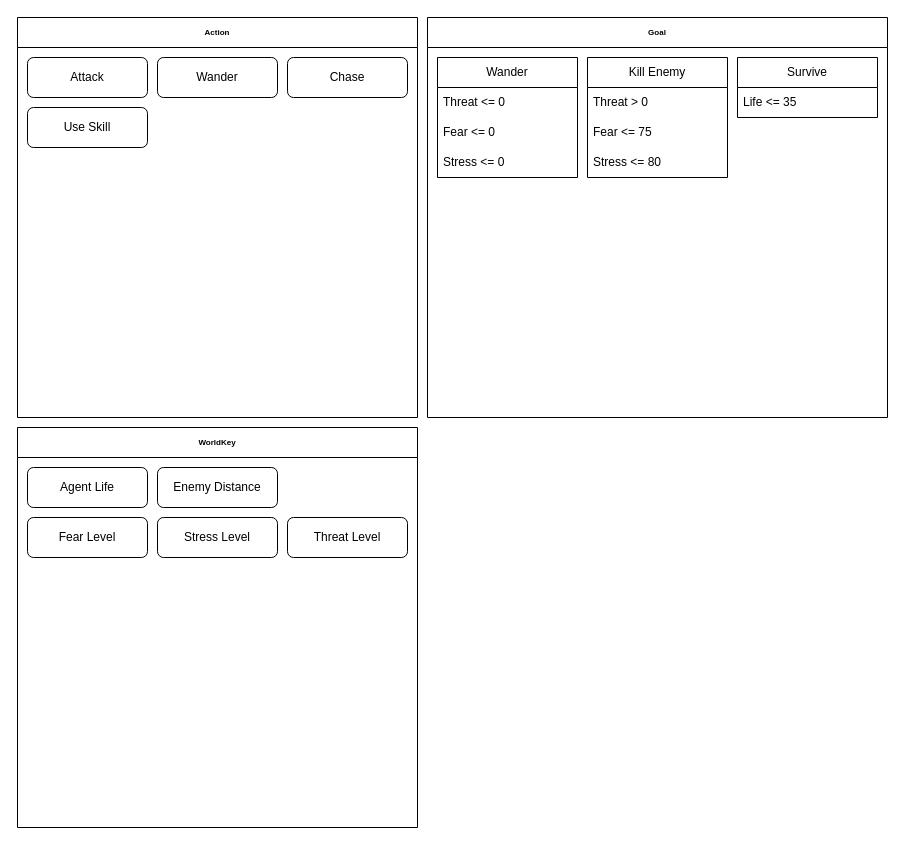
The draw.io diagram GOAP.drawio in sb4b1/SBGames-FirstDance, before the edit. Source tidied: cells renumbered, new cells numbered last; positions are measured from the earlier drawing's top-left corner, leaving out a move shared by most shapes. Both pictures are drawn from the tidied source at 100%, with x=0, y=0 at pixel (17, 17).
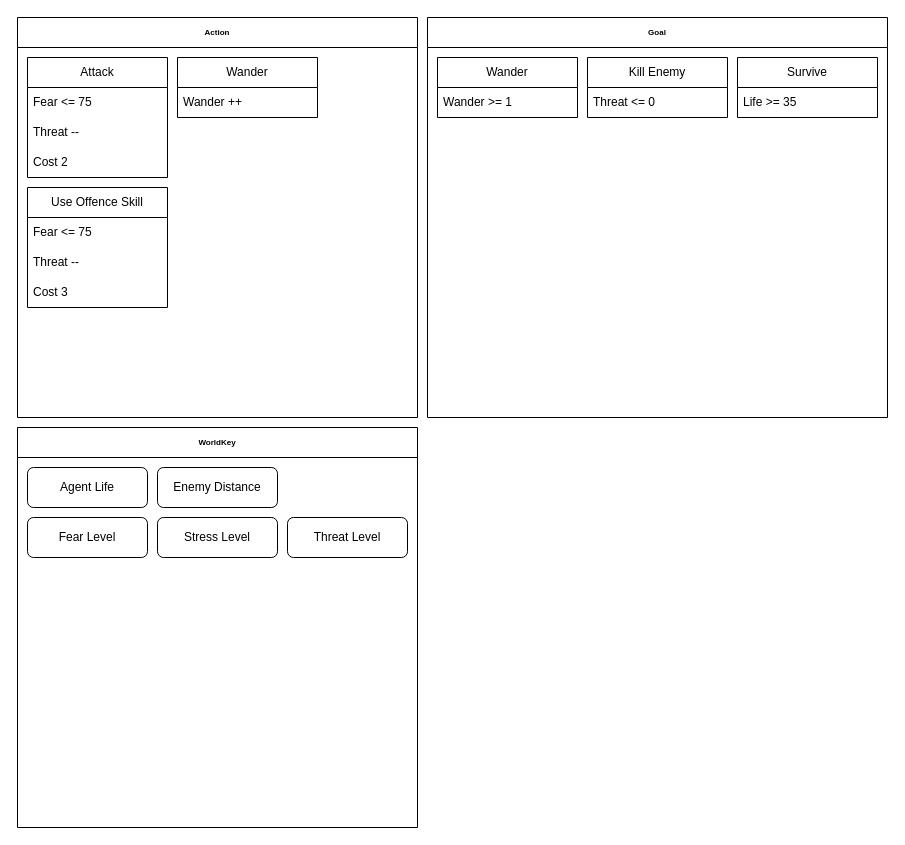
The same diagram, later.

The change refers to these unchanged cells:
```xml
<mxCell id="2" value="Action" style="swimlane;whiteSpace=wrap;html=1;fontSize=8;startSize=30;" parent="1" vertex="1">
  <mxGeometry width="400" height="400" as="geometry" />
</mxCell>
<mxCell id="7" value="Goal" style="swimlane;whiteSpace=wrap;html=1;fontSize=8;startSize=30;" parent="1" vertex="1">
  <mxGeometry x="410" width="460" height="400" as="geometry" />
</mxCell>
<mxCell id="16" value="Survive" style="swimlane;fontStyle=0;horizontal=1;startSize=30;whiteSpace=wrap;html=1;" parent="7" vertex="1">
  <mxGeometry x="310" y="40" width="140" height="60" as="geometry" />
</mxCell>
```

Diff of the diagram source:
```diff
@@
-    <mxCell id="3" value="Attack" style="rounded=1;whiteSpace=wrap;html=1;" parent="2" vertex="1">
-      <mxGeometry x="10" y="40" width="120" height="40" as="geometry" />
+    <mxCell id="3" value="Attack" style="swimlane;fontStyle=0;horizontal=1;startSize=30;whiteSpace=wrap;html=1;" parent="2" vertex="1">
+      <mxGeometry x="10" y="40" width="140" height="120" as="geometry" />
     </mxCell>
-    <mxCell id="4" value="Wander" style="rounded=1;whiteSpace=wrap;html=1;" parent="2" vertex="1">
-      <mxGeometry x="140" y="40" width="120" height="40" as="geometry" />
-    </mxCell>
-    <mxCell id="5" value="Chase" style="rounded=1;whiteSpace=wrap;html=1;" parent="2" vertex="1">
-      <mxGeometry x="270" y="40" width="120" height="40" as="geometry" />
-    </mxCell>
-    <mxCell id="6" value="Use Skill" style="rounded=1;whiteSpace=wrap;html=1;" parent="2" vertex="1">
-      <mxGeometry x="10" y="90" width="120" height="40" as="geometry" />
-    </mxCell>
+    <mxCell id="24" value="Fear &amp;lt;= 75" style="text;strokeColor=none;fillColor=none;align=left;verticalAlign=middle;spacingLeft=4;spacingRight=4;overflow=hidden;whiteSpace=wrap;html=1;" parent="3" vertex="1">
+      <mxGeometry y="30" width="140" height="30" as="geometry" />
+    </mxCell>
+    <mxCell id="25" value="Threat --" style="text;strokeColor=none;fillColor=none;align=left;verticalAlign=middle;spacingLeft=4;spacingRight=4;overflow=hidden;whiteSpace=wrap;html=1;" parent="3" vertex="1">
+      <mxGeometry y="60" width="140" height="30" as="geometry" />
+    </mxCell>
+    <mxCell id="26" value="Cost 2" style="text;strokeColor=none;fillColor=none;align=left;verticalAlign=middle;spacingLeft=4;spacingRight=4;overflow=hidden;whiteSpace=wrap;html=1;" parent="3" vertex="1">
+      <mxGeometry y="90" width="140" height="30" as="geometry" />
+    </mxCell>
+    <mxCell id="27" value="Use Offence Skill" style="swimlane;fontStyle=0;horizontal=1;startSize=30;whiteSpace=wrap;html=1;" parent="2" vertex="1">
+      <mxGeometry x="10" y="170" width="140" height="120" as="geometry" />
+    </mxCell>
+    <mxCell id="28" value="Fear &amp;lt;= 75" style="text;strokeColor=none;fillColor=none;align=left;verticalAlign=middle;spacingLeft=4;spacingRight=4;overflow=hidden;whiteSpace=wrap;html=1;" parent="27" vertex="1">
+      <mxGeometry y="30" width="140" height="30" as="geometry" />
+    </mxCell>
+    <mxCell id="29" value="Threat --" style="text;strokeColor=none;fillColor=none;align=left;verticalAlign=middle;spacingLeft=4;spacingRight=4;overflow=hidden;whiteSpace=wrap;html=1;" parent="27" vertex="1">
+      <mxGeometry y="60" width="140" height="30" as="geometry" />
+    </mxCell>
+    <mxCell id="30" value="Cost 3" style="text;strokeColor=none;fillColor=none;align=left;verticalAlign=middle;spacingLeft=4;spacingRight=4;overflow=hidden;whiteSpace=wrap;html=1;" parent="27" vertex="1">
+      <mxGeometry y="90" width="140" height="30" as="geometry" />
+    </mxCell>
@@
     <mxCell id="8" value="Wander" style="swimlane;fontStyle=0;horizontal=1;startSize=30;whiteSpace=wrap;html=1;" parent="7" vertex="1">
-      <mxGeometry x="10" y="40" width="140" height="120" as="geometry" />
+      <mxGeometry x="10" y="40" width="140" height="60" as="geometry" />
     </mxCell>
-    <mxCell id="9" value="Threat &amp;lt;= 0" style="text;strokeColor=none;fillColor=none;align=left;verticalAlign=middle;spacingLeft=4;spacingRight=4;overflow=hidden;whiteSpace=wrap;html=1;" parent="8" vertex="1">
-      <mxGeometry y="30" width="140" height="30" as="geometry" />
-    </mxCell>
-    <mxCell id="10" value="Fear &amp;lt;= 0" style="text;strokeColor=none;fillColor=none;align=left;verticalAlign=middle;spacingLeft=4;spacingRight=4;overflow=hidden;whiteSpace=wrap;html=1;" parent="8" vertex="1">
-      <mxGeometry y="60" width="140" height="30" as="geometry" />
-    </mxCell>
-    <mxCell id="11" value="Stress &amp;lt;= 0" style="text;strokeColor=none;fillColor=none;align=left;verticalAlign=middle;spacingLeft=4;spacingRight=4;overflow=hidden;whiteSpace=wrap;html=1;" parent="8" vertex="1">
-      <mxGeometry y="90" width="140" height="30" as="geometry" />
+    <mxCell id="11" value="Wander &amp;gt;= 1" style="text;strokeColor=none;fillColor=none;align=left;verticalAlign=middle;spacingLeft=4;spacingRight=4;overflow=hidden;whiteSpace=wrap;html=1;" parent="8" vertex="1">
+      <mxGeometry y="30" width="140" height="30" as="geometry" />
     </mxCell>
     <mxCell id="12" value="Kill Enemy" style="swimlane;fontStyle=0;horizontal=1;startSize=30;whiteSpace=wrap;html=1;" parent="7" vertex="1">
-      <mxGeometry x="160" y="40" width="140" height="120" as="geometry" />
+      <mxGeometry x="160" y="40" width="140" height="60" as="geometry" />
     </mxCell>
-    <mxCell id="13" value="Threat &amp;gt; 0" style="text;strokeColor=none;fillColor=none;align=left;verticalAlign=middle;spacingLeft=4;spacingRight=4;overflow=hidden;whiteSpace=wrap;html=1;" parent="12" vertex="1">
+    <mxCell id="13" value="Threat &amp;lt;= 0" style="text;strokeColor=none;fillColor=none;align=left;verticalAlign=middle;spacingLeft=4;spacingRight=4;overflow=hidden;whiteSpace=wrap;html=1;" parent="12" vertex="1">
       <mxGeometry y="30" width="140" height="30" as="geometry" />
     </mxCell>
-    <mxCell id="14" value="Fear &amp;lt;= 75" style="text;strokeColor=none;fillColor=none;align=left;verticalAlign=middle;spacingLeft=4;spacingRight=4;overflow=hidden;whiteSpace=wrap;html=1;" parent="12" vertex="1">
-      <mxGeometry y="60" width="140" height="30" as="geometry" />
-    </mxCell>
-    <mxCell id="15" value="Stress &amp;lt;= 80" style="text;strokeColor=none;fillColor=none;align=left;verticalAlign=middle;spacingLeft=4;spacingRight=4;overflow=hidden;whiteSpace=wrap;html=1;" parent="12" vertex="1">
-      <mxGeometry y="90" width="140" height="30" as="geometry" />
-    </mxCell>
@@
-    <mxCell id="17" value="Life &amp;lt;= 35" style="text;strokeColor=none;fillColor=none;align=left;verticalAlign=middle;spacingLeft=4;spacingRight=4;overflow=hidden;whiteSpace=wrap;html=1;" parent="16" vertex="1">
+    <mxCell id="17" value="Life &amp;gt;&lt;span style=&quot;background-color: transparent; color: light-dark(rgb(0, 0, 0), rgb(255, 255, 255));&quot;&gt;= 35&lt;/span&gt;" style="text;strokeColor=none;fillColor=none;align=left;verticalAlign=middle;spacingLeft=4;spacingRight=4;overflow=hidden;whiteSpace=wrap;html=1;" parent="16" vertex="1">
       <mxGeometry y="30" width="140" height="30" as="geometry" />
     </mxCell>
@@
+    <mxCell id="4" value="Wander" style="swimlane;fontStyle=0;horizontal=1;startSize=30;whiteSpace=wrap;html=1;" parent="1" vertex="1">
+      <mxGeometry x="160" y="40" width="140" height="60" as="geometry" />
+    </mxCell>
+    <mxCell id="31" value="Wander ++" style="text;strokeColor=none;fillColor=none;align=left;verticalAlign=middle;spacingLeft=4;spacingRight=4;overflow=hidden;whiteSpace=wrap;html=1;" parent="4" vertex="1">
+      <mxGeometry y="30" width="140" height="30" as="geometry" />
+    </mxCell>
```
